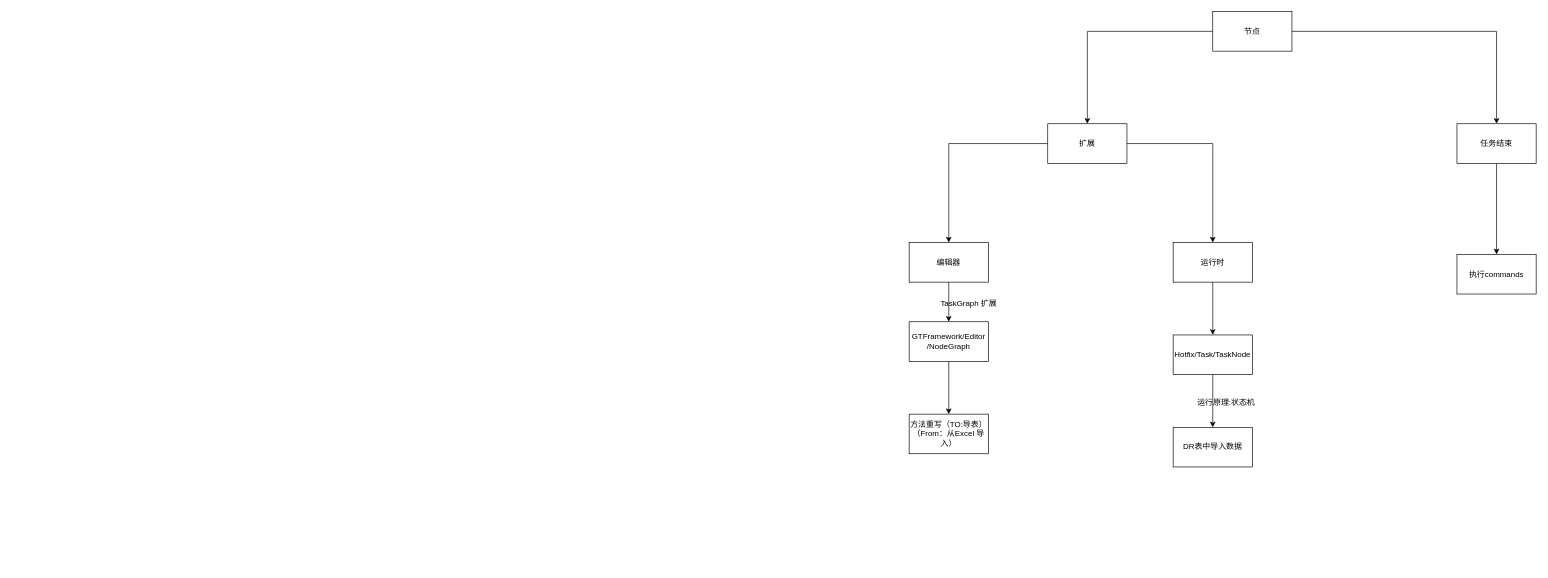
Earlier version of the draw.io diagram page "节点" (4 of 9) of GT/GT.drawio (xzp3094997376/DrawIO). Source tidied: cells renumbered, new cells numbered last; positions are measured from the earlier drawing's top-left corner, leaving out a move shared by most shapes. Both pictures are drawn from the tidied source at 66%, with x=0, y=0 at pixel (909, 11).
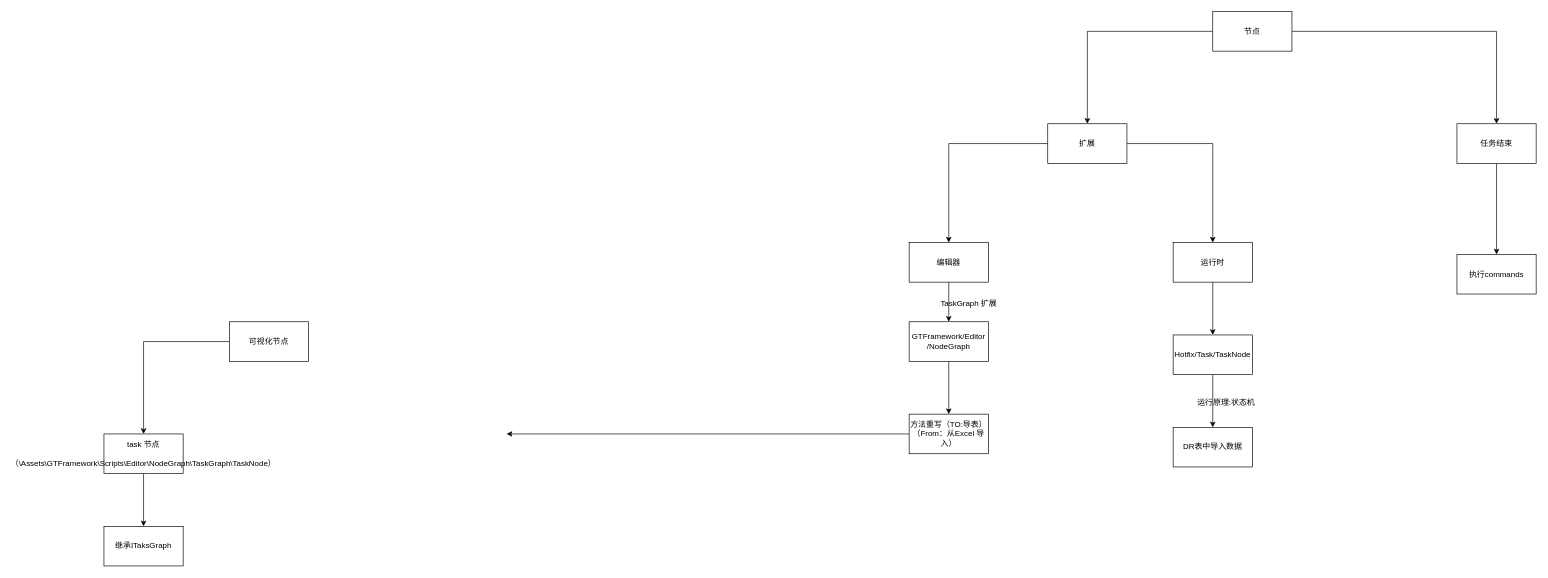
The same page after the edit.

The change refers to these unchanged cells:
```xml
<mxCell id="15" value="方法重写（TO:导表）&lt;br&gt;（From：从Excel 导入）" style="whiteSpace=wrap;html=1;" parent="1" vertex="1">
  <mxGeometry y="610" width="120" height="60" as="geometry" />
</mxCell>
```

Change to the diagram source:
```diff
@@
+    <mxCell id="23" style="edgeStyle=orthogonalEdgeStyle;rounded=0;jettySize=auto;html=1;" parent="1" edge="1" source="15">
+      <mxGeometry relative="1" as="geometry">
+        <mxPoint x="-610" y="640" as="targetPoint" />
+      </mxGeometry>
+    </mxCell>
@@
+    <mxCell id="24" style="edgeStyle=orthogonalEdgeStyle;rounded=0;jettySize=auto;html=1;" parent="1" edge="1" source="25" target="27">
+      <mxGeometry relative="1" as="geometry" />
+    </mxCell>
+    <mxCell id="25" value="可视化节点" style="whiteSpace=wrap;html=1;" parent="1" vertex="1">
+      <mxGeometry x="-1030" y="470" width="120" height="60" as="geometry" />
+    </mxCell>
+    <mxCell id="26" style="edgeStyle=orthogonalEdgeStyle;rounded=0;jettySize=auto;html=1;" parent="1" edge="1" source="27" target="28">
+      <mxGeometry relative="1" as="geometry" />
+    </mxCell>
+    <mxCell id="27" value="task 节点&lt;br&gt;&lt;br&gt;（\Assets\GTFramework\Scripts\Editor\NodeGraph\TaskGraph\TaskNode）" style="whiteSpace=wrap;html=1;" parent="1" vertex="1">
+      <mxGeometry x="-1220" y="640" width="120" height="60" as="geometry" />
+    </mxCell>
+    <mxCell id="28" value="继承ITaksGraph" style="whiteSpace=wrap;html=1;" parent="1" vertex="1">
+      <mxGeometry x="-1220" y="780" width="120" height="60" as="geometry" />
+    </mxCell>
```
